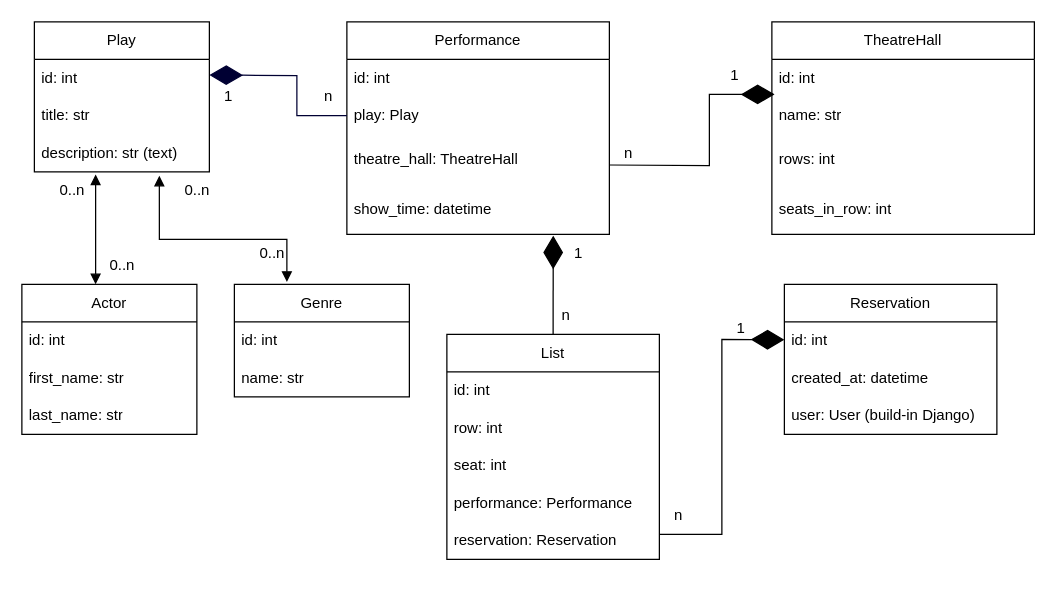
DevEvgeny/theater-service keeps this draw.io diagram as theatre_service.drawio. Above is the earlier version. Source tidied: cells renumbered, new cells numbered last; positions are measured from the earlier drawing's top-left corner, leaving out a move shared by most shapes. Both pictures are drawn from the tidied source at 125%, with x=0, y=0 at pixel (21, 21).
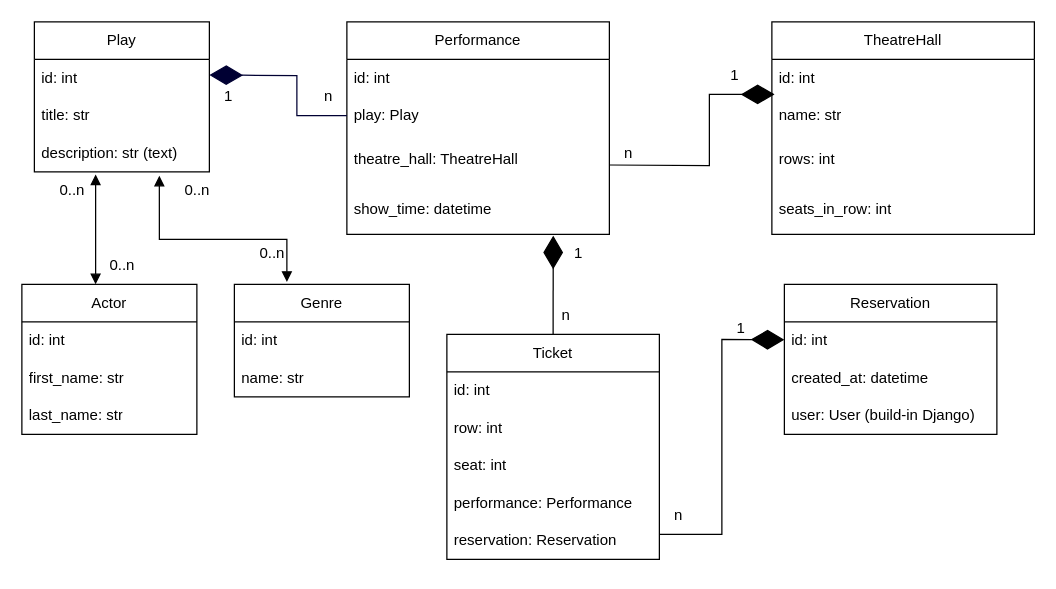
Above is the later version.

Change to the diagram source:
```diff
@@
-    <mxCell id="24" value="List" style="swimlane;fontStyle=0;horizontal=1;startSize=30;whiteSpace=wrap;html=1;" parent="1" vertex="1">
+    <mxCell id="24" value="Ticket" style="swimlane;fontStyle=0;horizontal=1;startSize=30;whiteSpace=wrap;html=1;" parent="1" vertex="1">
       <mxGeometry x="340" y="250" width="170" height="180" as="geometry" />
     </mxCell>
```
